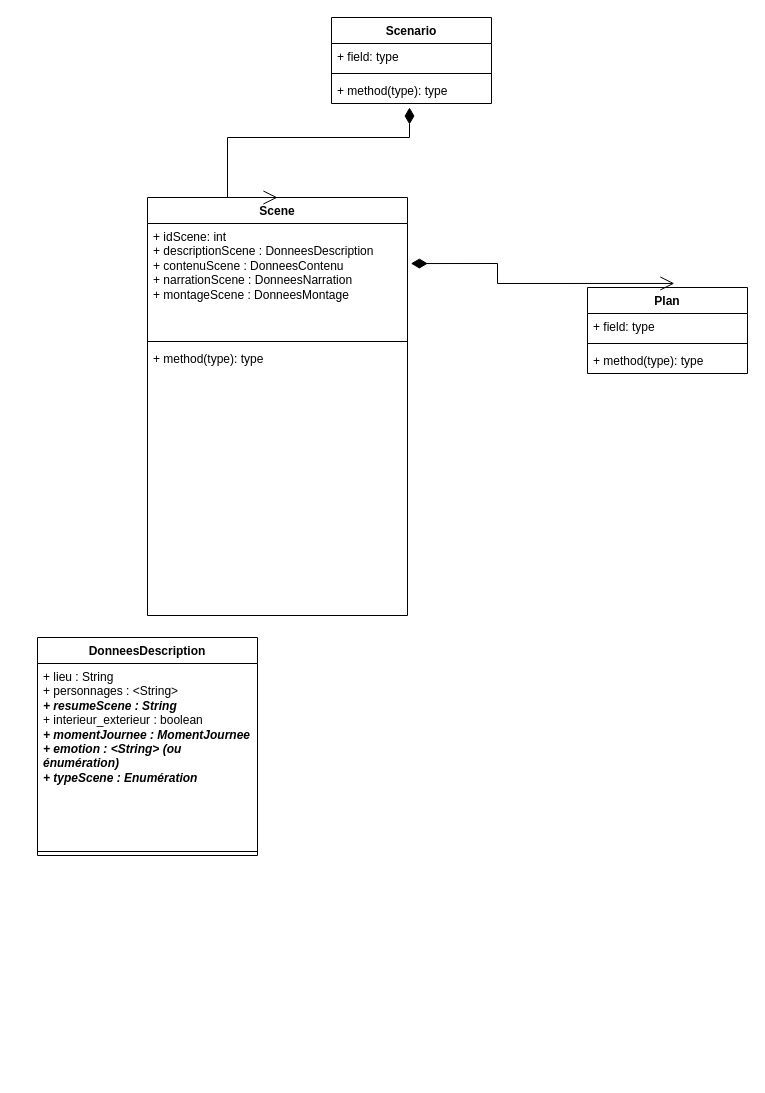
This is projetCinema.drawio from mathis-saunier/ProjetCine, a draw.io file, before an edit. Source tidied: cells renumbered, new cells numbered last; positions are measured from the earlier drawing's top-left corner, leaving out a move shared by most shapes. Both pictures are drawn from the tidied source at 100%, with x=0, y=0 at pixel (37, 17).
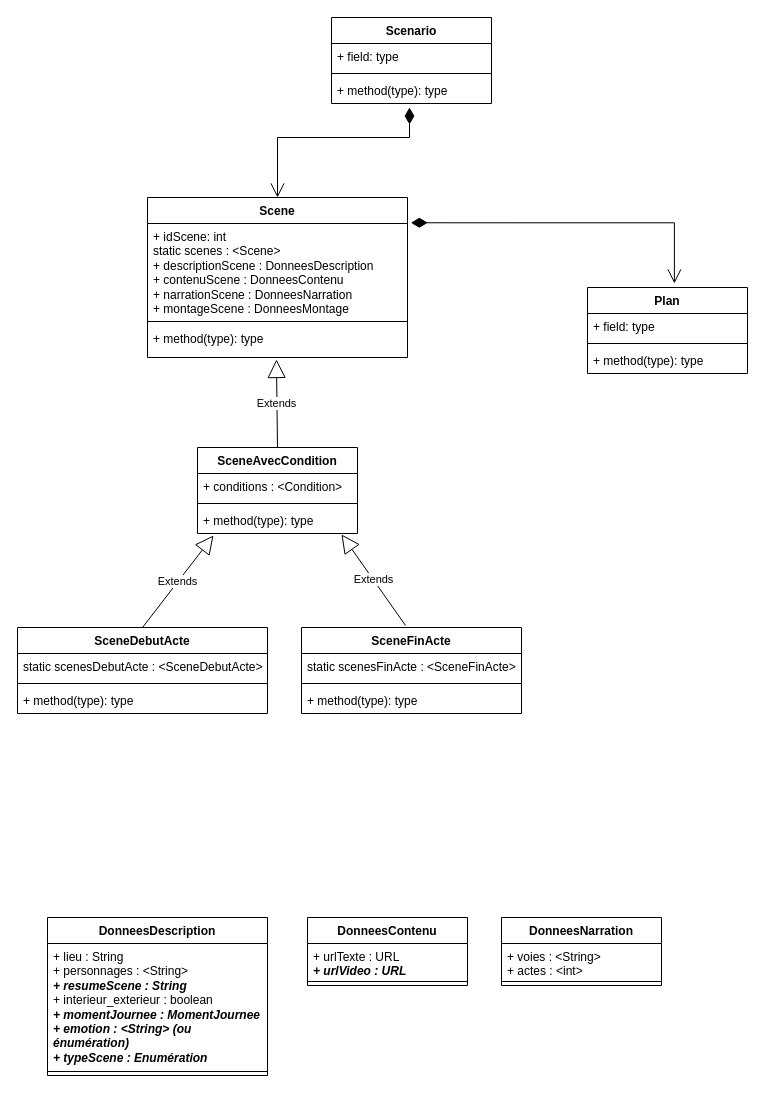
Above is the later version.

Commit message:
Mettre à jour projetCinema.drawio

Unchanged cells that the change refers to:
```xml
<mxCell id="11" value="Plan" style="swimlane;fontStyle=1;align=center;verticalAlign=top;horizontal=1;startSize=26;whiteSpace=wrap;html=1;" parent="1" vertex="1">
  <mxGeometry x="550" y="270" width="160" height="86" as="geometry" />
</mxCell>
```

Diff of the diagram source:
```diff
@@
     <mxCell id="6" value="Scene" style="swimlane;fontStyle=1;align=center;verticalAlign=top;horizontal=1;startSize=26;whiteSpace=wrap;html=1;" parent="1" vertex="1">
-      <mxGeometry x="110" y="180" width="260" height="418" as="geometry" />
+      <mxGeometry x="110" y="180" width="260" height="160" as="geometry" />
     </mxCell>
-    <mxCell id="7" value="+ idScene: int&lt;div&gt;+ descriptionScene : DonneesDescription&lt;/div&gt;&lt;div&gt;+ contenuScene : DonneesContenu&lt;/div&gt;&lt;div&gt;+ narrationScene : DonneesNarration&lt;/div&gt;&lt;div&gt;+ montageScene : DonneesMontage&lt;/div&gt;" style="text;strokeColor=none;fillColor=none;align=left;verticalAlign=top;spacingLeft=4;spacingRight=4;overflow=hidden;whiteSpace=wrap;html=1;" parent="6" vertex="1">
-      <mxGeometry y="26" width="260" height="114" as="geometry" />
+    <mxCell id="7" value="+ idScene: int&lt;div&gt;static scenes : &amp;lt;Scene&amp;gt;&lt;br&gt;&lt;div&gt;+ descriptionScene : DonneesDescription&lt;/div&gt;&lt;div&gt;+ contenuScene : DonneesContenu&lt;/div&gt;&lt;div&gt;+ narrationScene : DonneesNarration&lt;/div&gt;&lt;div&gt;+ montageScene : DonneesMontage&lt;/div&gt;&lt;/div&gt;" style="text;strokeColor=none;fillColor=none;align=left;verticalAlign=top;spacingLeft=4;spacingRight=4;overflow=hidden;whiteSpace=wrap;html=1;" parent="6" vertex="1">
+      <mxGeometry y="26" width="260" height="94" as="geometry" />
     </mxCell>
     <mxCell id="8" style="line;strokeWidth=1;fillColor=none;align=left;verticalAlign=middle;spacingTop=-1;spacingLeft=3;spacingRight=3;labelPosition=right;strokeColor=inherit;" parent="6" vertex="1">
-      <mxGeometry y="140" width="260" height="8" as="geometry" />
+      <mxGeometry y="120" width="260" height="8" as="geometry" />
     </mxCell>
     <mxCell id="9" value="+ method(type): type" style="text;strokeColor=none;fillColor=none;align=left;verticalAlign=top;spacingLeft=4;spacingRight=4;overflow=hidden;points=[[0,0.5],[1,0.5]];portConstraint=eastwest;whiteSpace=wrap;html=1;" parent="6" vertex="1">
-      <mxGeometry y="148" width="260" height="270" as="geometry" />
+      <mxGeometry y="128" width="260" height="32" as="geometry" />
     </mxCell>
     <mxCell id="10" style="endArrow=open;html=1;endSize=12;startArrow=diamondThin;startSize=14;startFill=1;edgeStyle=orthogonalEdgeStyle;align=left;verticalAlign=bottom;rounded=0;entryX=0.5;entryY=0;entryDx=0;entryDy=0;" parent="1" edge="1" target="6">
       <mxGeometry x="-1" y="3" relative="1" as="geometry">
         <mxPoint x="372" y="90" as="sourcePoint" />
         <Array as="points">
           <mxPoint x="372" y="120" />
-          <mxPoint x="190" y="120" />
+          <mxPoint x="240" y="120" />
         </Array>
       </mxGeometry>
     </mxCell>
@@
     <mxCell id="15" style="endArrow=open;html=1;endSize=12;startArrow=diamondThin;startSize=14;startFill=1;edgeStyle=orthogonalEdgeStyle;align=left;verticalAlign=bottom;rounded=0;entryX=0.543;entryY=-0.047;entryDx=0;entryDy=0;entryPerimeter=0;exitX=1.013;exitY=0.158;exitDx=0;exitDy=0;exitPerimeter=0;" parent="1" edge="1" source="6" target="11">
-      <mxGeometry x="-1" y="3" relative="1" as="geometry" />
+      <mxGeometry x="-1" y="3" relative="1" as="geometry">
+        <Array as="points">
+          <mxPoint x="637" y="205" />
+        </Array>
+      </mxGeometry>
     </mxCell>
     <mxCell id="16" value="DonneesDescription" style="swimlane;fontStyle=1;align=center;verticalAlign=top;horizontal=1;startSize=26;whiteSpace=wrap;html=1;" parent="1" vertex="1">
-      <mxGeometry y="620" width="220" height="218" as="geometry" />
+      <mxGeometry x="10" y="900" width="220" height="158" as="geometry" />
     </mxCell>
     <mxCell id="17" value="+ lieu : String&lt;div&gt;+ personnages : &amp;lt;String&amp;gt;&lt;/div&gt;&lt;div&gt;&lt;i&gt;&lt;b&gt;+ resumeScene : String&lt;/b&gt;&lt;/i&gt;&lt;/div&gt;&lt;div&gt;+ interieur_exterieur : boolean&lt;/div&gt;&lt;div&gt;&lt;b&gt;&lt;i&gt;+ momentJournee : MomentJournee&lt;/i&gt;&lt;/b&gt;&lt;/div&gt;&lt;div&gt;&lt;b&gt;&lt;i&gt;+ emotion : &amp;lt;String&amp;gt; (ou énumération)&lt;/i&gt;&lt;/b&gt;&lt;/div&gt;&lt;div&gt;&lt;b&gt;&lt;i&gt;+ typeScene : Enumération&lt;/i&gt;&lt;/b&gt;&lt;/div&gt;" style="text;strokeColor=none;fillColor=none;align=left;verticalAlign=top;spacingLeft=4;spacingRight=4;overflow=hidden;whiteSpace=wrap;html=1;" parent="16" vertex="1">
-      <mxGeometry y="26" width="220" height="184" as="geometry" />
+      <mxGeometry y="26" width="220" height="124" as="geometry" />
     </mxCell>
     <mxCell id="18" style="line;strokeWidth=1;fillColor=none;align=left;verticalAlign=middle;spacingTop=-1;spacingLeft=3;spacingRight=3;labelPosition=right;strokeColor=inherit;" parent="16" vertex="1">
-      <mxGeometry y="210" width="220" height="8" as="geometry" />
+      <mxGeometry y="150" width="220" height="8" as="geometry" />
     </mxCell>
+    <mxCell id="19" value="DonneesContenu" style="swimlane;fontStyle=1;align=center;verticalAlign=top;horizontal=1;startSize=26;whiteSpace=wrap;html=1;" parent="1" vertex="1">
+      <mxGeometry x="270" y="900" width="160" height="68" as="geometry" />
+    </mxCell>
+    <mxCell id="20" value="+ urlTexte : URL&lt;div&gt;&lt;b&gt;&lt;i&gt;+ urlVideo : URL&lt;/i&gt;&lt;/b&gt;&lt;/div&gt;" style="text;strokeColor=none;fillColor=none;align=left;verticalAlign=top;spacingLeft=4;spacingRight=4;overflow=hidden;whiteSpace=wrap;html=1;" parent="19" vertex="1">
+      <mxGeometry y="26" width="160" height="34" as="geometry" />
+    </mxCell>
+    <mxCell id="21" style="line;strokeWidth=1;fillColor=none;align=left;verticalAlign=middle;spacingTop=-1;spacingLeft=3;spacingRight=3;labelPosition=right;strokeColor=inherit;" parent="19" vertex="1">
+      <mxGeometry y="60" width="160" height="8" as="geometry" />
+    </mxCell>
+    <mxCell id="22" value="DonneesNarration" style="swimlane;fontStyle=1;align=center;verticalAlign=top;horizontal=1;startSize=26;whiteSpace=wrap;html=1;" parent="1" vertex="1">
+      <mxGeometry x="464" y="900" width="160" height="68" as="geometry" />
+    </mxCell>
+    <mxCell id="23" value="+ voies : &amp;lt;String&amp;gt;&lt;div&gt;+ actes : &amp;lt;int&amp;gt;&lt;/div&gt;" style="text;strokeColor=none;fillColor=none;align=left;verticalAlign=top;spacingLeft=4;spacingRight=4;overflow=hidden;whiteSpace=wrap;html=1;" parent="22" vertex="1">
+      <mxGeometry y="26" width="160" height="34" as="geometry" />
+    </mxCell>
+    <mxCell id="24" style="line;strokeWidth=1;fillColor=none;align=left;verticalAlign=middle;spacingTop=-1;spacingLeft=3;spacingRight=3;labelPosition=right;strokeColor=inherit;" parent="22" vertex="1">
+      <mxGeometry y="60" width="160" height="8" as="geometry" />
+    </mxCell>
+    <mxCell id="25" value="SceneAvecCondition" style="swimlane;fontStyle=1;align=center;verticalAlign=top;horizontal=1;startSize=26;whiteSpace=wrap;html=1;" parent="1" vertex="1">
+      <mxGeometry x="160" y="430" width="160" height="86" as="geometry" />
+    </mxCell>
+    <mxCell id="26" value="+ conditions : &amp;lt;Condition&amp;gt;" style="text;strokeColor=none;fillColor=none;align=left;verticalAlign=top;spacingLeft=4;spacingRight=4;overflow=hidden;whiteSpace=wrap;html=1;" parent="25" vertex="1">
+      <mxGeometry y="26" width="160" height="26" as="geometry" />
+    </mxCell>
+    <mxCell id="27" style="line;strokeWidth=1;fillColor=none;align=left;verticalAlign=middle;spacingTop=-1;spacingLeft=3;spacingRight=3;labelPosition=right;strokeColor=inherit;" parent="25" vertex="1">
+      <mxGeometry y="52" width="160" height="8" as="geometry" />
+    </mxCell>
+    <mxCell id="28" value="+ method(type): type" style="text;strokeColor=none;fillColor=none;align=left;verticalAlign=top;spacingLeft=4;spacingRight=4;overflow=hidden;points=[[0,0.5],[1,0.5]];portConstraint=eastwest;whiteSpace=wrap;html=1;" parent="25" vertex="1">
+      <mxGeometry y="60" width="160" height="26" as="geometry" />
+    </mxCell>
+    <mxCell id="29" value="Extends" style="endArrow=block;endSize=16;endFill=0;html=1;rounded=0;exitX=0.5;exitY=0;exitDx=0;exitDy=0;entryX=0.496;entryY=1.063;entryDx=0;entryDy=0;entryPerimeter=0;" parent="1" edge="1" source="25" target="9">
+      <mxGeometry relative="1" as="geometry" />
+    </mxCell>
+    <mxCell id="30" value="SceneFinActe" style="swimlane;fontStyle=1;align=center;verticalAlign=top;horizontal=1;startSize=26;whiteSpace=wrap;html=1;" parent="1" vertex="1">
+      <mxGeometry x="264" y="610" width="220" height="86" as="geometry" />
+    </mxCell>
+    <mxCell id="31" value="static scenesFinActe : &amp;lt;SceneFinActe&amp;gt;" style="text;strokeColor=none;fillColor=none;align=left;verticalAlign=top;spacingLeft=4;spacingRight=4;overflow=hidden;whiteSpace=wrap;html=1;" parent="30" vertex="1">
+      <mxGeometry y="26" width="220" height="26" as="geometry" />
+    </mxCell>
+    <mxCell id="32" style="line;strokeWidth=1;fillColor=none;align=left;verticalAlign=middle;spacingTop=-1;spacingLeft=3;spacingRight=3;labelPosition=right;strokeColor=inherit;" parent="30" vertex="1">
+      <mxGeometry y="52" width="220" height="8" as="geometry" />
+    </mxCell>
+    <mxCell id="33" value="+ method(type): type" style="text;strokeColor=none;fillColor=none;align=left;verticalAlign=top;spacingLeft=4;spacingRight=4;overflow=hidden;whiteSpace=wrap;html=1;" parent="30" vertex="1">
+      <mxGeometry y="60" width="220" height="26" as="geometry" />
+    </mxCell>
+    <mxCell id="34" value="SceneDebutActe" style="swimlane;fontStyle=1;align=center;verticalAlign=top;horizontal=1;startSize=26;whiteSpace=wrap;html=1;" parent="1" vertex="1">
+      <mxGeometry x="-20" y="610" width="250" height="86" as="geometry" />
+    </mxCell>
+    <mxCell id="35" value="static scenesDebutActe : &amp;lt;SceneDebutActe&amp;gt;" style="text;strokeColor=none;fillColor=none;align=left;verticalAlign=top;spacingLeft=4;spacingRight=4;overflow=hidden;whiteSpace=wrap;html=1;" parent="34" vertex="1">
+      <mxGeometry y="26" width="250" height="26" as="geometry" />
+    </mxCell>
+    <mxCell id="36" style="line;strokeWidth=1;fillColor=none;align=left;verticalAlign=middle;spacingTop=-1;spacingLeft=3;spacingRight=3;labelPosition=right;strokeColor=inherit;" parent="34" vertex="1">
+      <mxGeometry y="52" width="250" height="8" as="geometry" />
+    </mxCell>
+    <mxCell id="37" value="+ method(type): type" style="text;strokeColor=none;fillColor=none;align=left;verticalAlign=top;spacingLeft=4;spacingRight=4;overflow=hidden;whiteSpace=wrap;html=1;" parent="34" vertex="1">
+      <mxGeometry y="60" width="250" height="26" as="geometry" />
+    </mxCell>
+    <mxCell id="38" value="Extends" style="endArrow=block;endSize=16;endFill=0;html=1;rounded=0;exitX=0.5;exitY=0;exitDx=0;exitDy=0;entryX=0.1;entryY=1.077;entryDx=0;entryDy=0;entryPerimeter=0;" parent="1" edge="1" source="34" target="28">
+      <mxGeometry relative="1" as="geometry" />
+    </mxCell>
+    <mxCell id="39" value="Extends" style="endArrow=block;endSize=16;endFill=0;html=1;rounded=0;exitX=0.473;exitY=-0.023;exitDx=0;exitDy=0;exitPerimeter=0;entryX=0.9;entryY=1.038;entryDx=0;entryDy=0;entryPerimeter=0;" parent="1" edge="1" source="30" target="28">
+      <mxGeometry relative="1" as="geometry" />
+    </mxCell>
```
